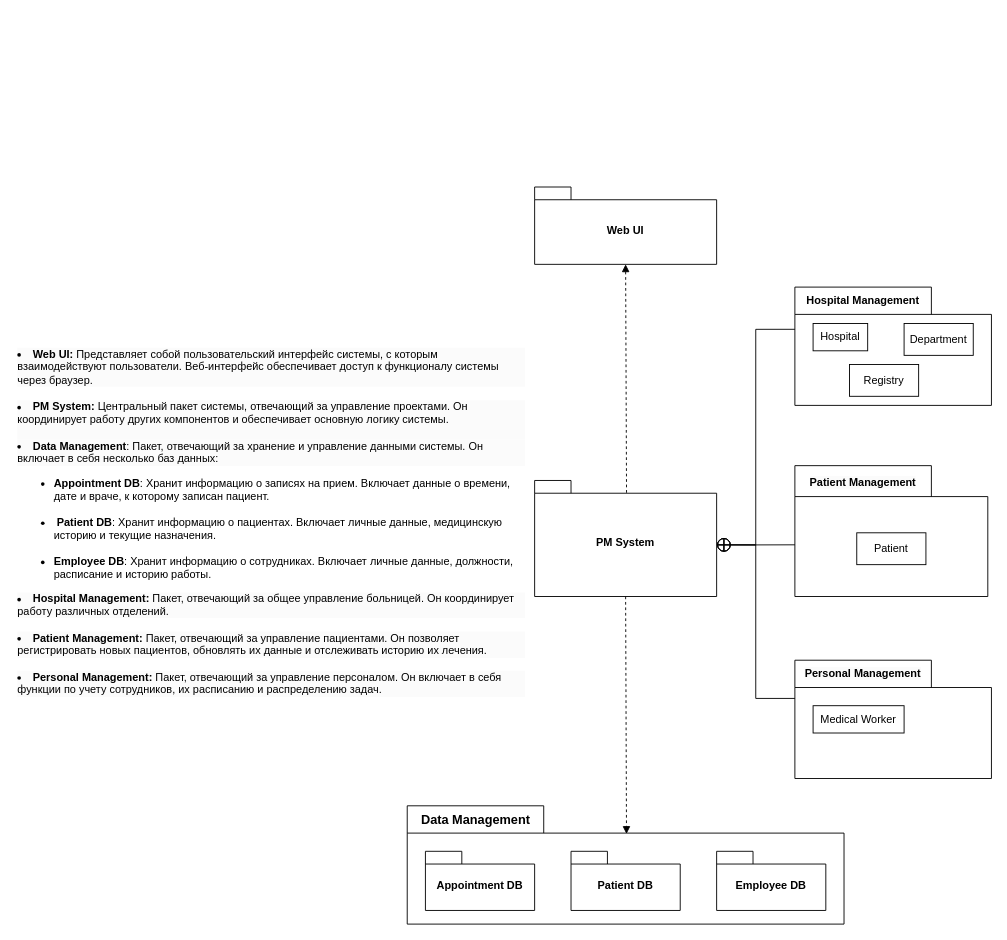
Above: page "PD" (1 of 3) of lab4/.drawio/Lab4.drawio in nedeadinside/oaoaoaoaoaoaoaoa (draw.io), before the change. Source tidied: cells renumbered, new cells numbered last; positions are measured from the earlier drawing's top-left corner, leaving out a move shared by most shapes. Both pictures are drawn from the tidied source at 91%, with x=0, y=0 at pixel (15, 187).
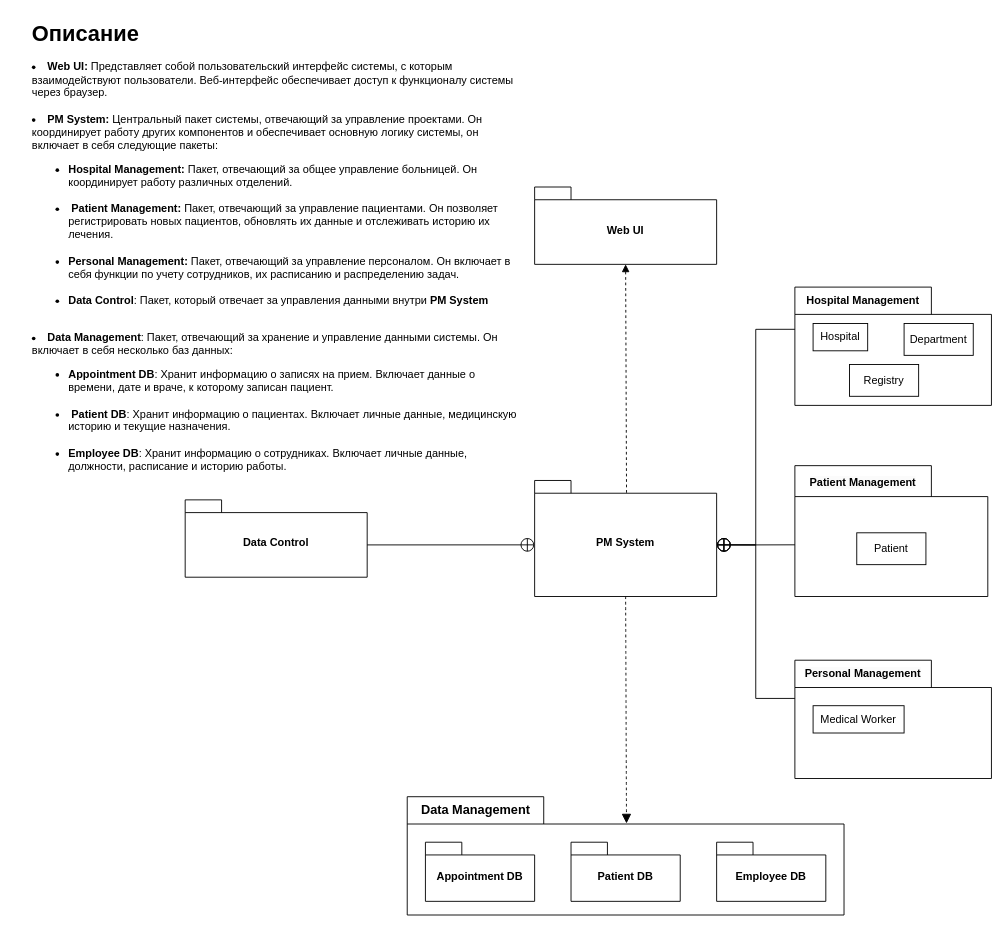
After the change.

The change refers to these unchanged cells:
```xml
<mxCell id="2" value="PM System" style="shape=folder;fontStyle=1;spacingTop=10;tabWidth=40;tabHeight=14;tabPosition=left;html=1;whiteSpace=wrap;" parent="1" vertex="1">
  <mxGeometry x="570" y="322.5" width="200" height="127.5" as="geometry" />
</mxCell>
```

The edit, as a diff of the source:
```diff
@@
     <mxCell id="3" style="shape=folder;fontStyle=1;spacingTop=10;tabWidth=150;tabHeight=30;tabPosition=left;html=1;whiteSpace=wrap;" parent="1" vertex="1">
-      <mxGeometry x="430" y="680" width="480" height="130" as="geometry" />
+      <mxGeometry x="430" y="670" width="480" height="130" as="geometry" />
     </mxCell>
     <mxCell id="4" value="&lt;font style=&quot;font-size: 14px;&quot;&gt;Data Management&lt;/font&gt;" style="text;align=center;fontStyle=1;verticalAlign=middle;spacingLeft=3;spacingRight=3;strokeColor=none;html=1;" parent="1" vertex="1">
-      <mxGeometry x="430" y="680" width="150" height="30" as="geometry" />
+      <mxGeometry x="430" y="670" width="150" height="30" as="geometry" />
     </mxCell>
     <mxCell id="5" value="Patient DB" style="shape=folder;fontStyle=1;spacingTop=10;tabWidth=40;tabHeight=14;tabPosition=left;html=1;whiteSpace=wrap;" parent="1" vertex="1">
-      <mxGeometry x="610" y="730" width="120" height="65" as="geometry" />
+      <mxGeometry x="610" y="720" width="120" height="65" as="geometry" />
     </mxCell>
     <mxCell id="6" value="Appointment DB" style="shape=folder;fontStyle=1;spacingTop=10;tabWidth=40;tabHeight=14;tabPosition=left;html=1;whiteSpace=wrap;" parent="1" vertex="1">
-      <mxGeometry x="450" y="730" width="120" height="65" as="geometry" />
+      <mxGeometry x="450" y="720" width="120" height="65" as="geometry" />
     </mxCell>
     <mxCell id="7" value="Employee DB" style="shape=folder;fontStyle=1;spacingTop=10;tabWidth=40;tabHeight=14;tabPosition=left;html=1;whiteSpace=wrap;" parent="1" vertex="1">
-      <mxGeometry x="770" y="730" width="120" height="65" as="geometry" />
+      <mxGeometry x="770" y="720" width="120" height="65" as="geometry" />
     </mxCell>
@@
-    <mxCell id="16" value="&lt;li style=&quot;forced-color-adjust: none; color: rgb(0, 0, 0); font-family: Helvetica; font-size: 12px; font-style: normal; font-variant-ligatures: normal; font-variant-caps: normal; font-weight: 400; letter-spacing: normal; orphans: 2; text-indent: 0px; text-transform: none; widows: 2; word-spacing: 0px; -webkit-text-stroke-width: 0px; white-space: normal; background-color: rgb(251, 251, 251); text-decoration-thickness: initial; text-decoration-style: initial; text-decoration-color: initial;&quot;&gt;&lt;strong style=&quot;forced-color-adjust: none;&quot;&gt;Web UI:&lt;/strong&gt;&lt;span&gt;&amp;nbsp;&lt;/span&gt;Представляет собой пользовательский интерфейс системы, с которым взаимодействуют пользователи. Веб-интерфейс обеспечивает доступ к функционалу системы через браузер.&lt;/li&gt;&lt;br style=&quot;forced-color-adjust: none; color: rgb(0, 0, 0); font-family: Helvetica; font-size: 12px; font-style: normal; font-variant-ligatures: normal; font-variant-caps: normal; font-weight: 400; letter-spacing: normal; orphans: 2; text-align: left; text-indent: 0px; text-transform: none; widows: 2; word-spacing: 0px; -webkit-text-stroke-width: 0px; white-space: normal; background-color: rgb(251, 251, 251); text-decoration-thickness: initial; text-decoration-style: initial; text-decoration-color: initial;&quot;&gt;&lt;li style=&quot;forced-color-adjust: none; color: rgb(0, 0, 0); font-family: Helvetica; font-size: 12px; font-style: normal; font-variant-ligatures: normal; font-variant-caps: normal; font-weight: 400; letter-spacing: normal; orphans: 2; text-indent: 0px; text-transform: none; widows: 2; word-spacing: 0px; -webkit-text-stroke-width: 0px; white-space: normal; background-color: rgb(251, 251, 251); text-decoration-thickness: initial; text-decoration-style: initial; text-decoration-color: initial;&quot;&gt;&lt;strong style=&quot;forced-color-adjust: none;&quot;&gt;PM System:&lt;/strong&gt;&lt;span&gt;&amp;nbsp;&lt;/span&gt;Центральный пакет системы, отвечающий за управление проектами. Он координирует работу других компонентов и обеспечивает основную логику системы.&lt;br&gt;&lt;br&gt;&lt;/li&gt;&lt;li style=&quot;forced-color-adjust: none; color: rgb(0, 0, 0); font-family: Helvetica; font-size: 12px; font-style: normal; font-variant-ligatures: normal; font-variant-caps: normal; letter-spacing: normal; orphans: 2; text-indent: 0px; text-transform: none; widows: 2; word-spacing: 0px; -webkit-text-stroke-width: 0px; white-space: normal; background-color: rgb(251, 251, 251); text-decoration-thickness: initial; text-decoration-style: initial; text-decoration-color: initial;&quot;&gt;&lt;b&gt;Data Management&lt;/b&gt;&lt;span style=&quot;font-weight: 400;&quot;&gt;:&amp;nbsp;Пакет, отвечающий за хранение и управление данными системы. Он включает в себя несколько баз данных:&lt;/span&gt;&lt;/li&gt;&lt;ul&gt;&lt;li&gt;&lt;b&gt;Appointment DB&lt;/b&gt;: Хранит информацию о записях на прием. Включает данные о времени, дате и враче, к которому записан пациент.&lt;br&gt;&lt;br&gt;&lt;/li&gt;&lt;li&gt;&amp;nbsp;&lt;b&gt;Patient DB&lt;/b&gt;: Хранит информацию о пациентах. Включает личные данные, медицинскую историю и текущие назначения.&lt;br&gt;&lt;br&gt;&lt;/li&gt;&lt;li&gt;&lt;b&gt;Employee DB&lt;/b&gt;: Хранит информацию о сотрудниках. Включает личные данные, должности, расписание и историю работы.&lt;/li&gt;&lt;/ul&gt;&lt;li style=&quot;forced-color-adjust: none; color: rgb(0, 0, 0); font-family: Helvetica; font-size: 12px; font-style: normal; font-variant-ligatures: normal; font-variant-caps: normal; font-weight: 400; letter-spacing: normal; orphans: 2; text-indent: 0px; text-transform: none; widows: 2; word-spacing: 0px; -webkit-text-stroke-width: 0px; white-space: normal; background-color: rgb(251, 251, 251); text-decoration-thickness: initial; text-decoration-style: initial; text-decoration-color: initial;&quot;&gt;&lt;strong style=&quot;forced-color-adjust: none;&quot;&gt;&lt;span style=&quot;text-align: center;&quot;&gt;Hospital Management&lt;/span&gt;:&lt;/strong&gt;&lt;span&gt;&amp;nbsp;&lt;/span&gt;Пакет, отвечающий за общее управление больницей. Он координирует работу различных отделений.&lt;/li&gt;&lt;br style=&quot;forced-color-adjust: none; color: rgb(0, 0, 0); font-family: Helvetica; font-size: 12px; font-style: normal; font-variant-ligatures: normal; font-variant-caps: normal; font-weight: 400; letter-spacing: normal; orphans: 2; text-align: left; text-indent: 0px; text-transform: none; widows: 2; word-spacing: 0px; -webkit-text-stroke-width: 0px; white-space: normal; background-color: rgb(251, 251, 251); text-decoration-thickness: initial; text-decoration-style: initial; text-decoration-color: initial;&quot;&gt;&lt;li style=&quot;forced-color-adjust: none; color: rgb(0, 0, 0); font-family: Helvetica; font-size: 12px; font-style: normal; font-variant-ligatures: normal; font-variant-caps: normal; font-weight: 400; letter-spacing: normal; orphans: 2; text-indent: 0px; text-transform: none; widows: 2; word-spacing: 0px; -webkit-text-stroke-width: 0px; white-space: normal; background-color: rgb(251, 251, 251); text-decoration-thickness: initial; text-decoration-style: initial; text-decoration-color: initial;&quot;&gt;&lt;strong style=&quot;forced-color-adjust: none;&quot;&gt;&lt;span style=&quot;text-align: center;&quot;&gt;Patient Management&lt;/span&gt;:&lt;/strong&gt;&amp;nbsp;Пакет, отвечающий за управление пациентами. Он позволяет регистрировать новых пациентов, обновлять их данные и отслеживать историю их лечения.&lt;/li&gt;&lt;br style=&quot;forced-color-adjust: none; color: rgb(0, 0, 0); font-family: Helvetica; font-size: 12px; font-style: normal; font-variant-ligatures: normal; font-variant-caps: normal; font-weight: 400; letter-spacing: normal; orphans: 2; text-align: left; text-indent: 0px; text-transform: none; widows: 2; word-spacing: 0px; -webkit-text-stroke-width: 0px; white-space: normal; background-color: rgb(251, 251, 251); text-decoration-thickness: initial; text-decoration-style: initial; text-decoration-color: initial;&quot;&gt;&lt;li style=&quot;forced-color-adjust: none; color: rgb(0, 0, 0); font-family: Helvetica; font-size: 12px; font-style: normal; font-variant-ligatures: normal; font-variant-caps: normal; font-weight: 400; letter-spacing: normal; orphans: 2; text-indent: 0px; text-transform: none; widows: 2; word-spacing: 0px; -webkit-text-stroke-width: 0px; white-space: normal; background-color: rgb(251, 251, 251); text-decoration-thickness: initial; text-decoration-style: initial; text-decoration-color: initial;&quot;&gt;&lt;strong style=&quot;forced-color-adjust: none;&quot;&gt;&lt;span style=&quot;text-align: center;&quot;&gt;Personal Management&lt;/span&gt;:&lt;/strong&gt;&amp;nbsp;Пакет, отвечающий за управление персоналом. Он включает в себя функции по учету сотрудников, их расписанию и распределению задач.&lt;/li&gt;" style="text;whiteSpace=wrap;html=1;" parent="1" vertex="1">
-      <mxGeometry y="170" width="560" height="400" as="geometry" />
+    <mxCell id="16" value="&lt;b&gt;&lt;font style=&quot;font-size: 24px;&quot;&gt;Описание&lt;/font&gt;&lt;/b&gt;&lt;div&gt;&lt;b&gt;&lt;br&gt;&lt;/b&gt;&lt;/div&gt;&lt;div&gt;&lt;li&gt;&lt;strong&gt;Web UI:&lt;/strong&gt;&amp;nbsp;Представляет собой пользовательский интерфейс системы, с которым взаимодействуют пользователи. Веб-интерфейс обеспечивает доступ к функционалу системы через браузер.&lt;br&gt;&lt;br&gt;&lt;/li&gt;&lt;li&gt;&lt;strong style=&quot;background-color: initial;&quot;&gt;PM System:&lt;/strong&gt;&lt;span style=&quot;background-color: initial;&quot;&gt;&amp;nbsp;&lt;/span&gt;&lt;span style=&quot;background-color: initial;&quot;&gt;Центральный пакет системы, отвечающий за управление проектами. Он координирует работу других компонентов и обеспечивает основную логику системы, он включает в себя следующие пакеты:&lt;/span&gt;&lt;/li&gt;&lt;ul&gt;&lt;li&gt;&lt;strong&gt;&lt;span style=&quot;text-align: center;&quot;&gt;Hospital Management&lt;/span&gt;:&lt;/strong&gt;&amp;nbsp;Пакет, отвечающий за общее управление больницей. Он координирует работу различных отделений.&lt;br&gt;&lt;br&gt;&lt;/li&gt;&lt;li&gt;&amp;nbsp;&lt;strong&gt;&lt;span style=&quot;text-align: center;&quot;&gt;Patient Management&lt;/span&gt;:&lt;/strong&gt;&amp;nbsp;Пакет, отвечающий за управление пациентами. Он позволяет регистрировать новых пациентов, обновлять их данные и отслеживать историю их лечения.&lt;br&gt;&lt;br&gt;&lt;/li&gt;&lt;li&gt;&lt;strong&gt;&lt;span style=&quot;text-align: center;&quot;&gt;Personal Management&lt;/span&gt;:&lt;/strong&gt;&amp;nbsp;Пакет, отвечающий за управление персоналом. Он включает в себя функции по учету сотрудников, их расписанию и распределению задач.&lt;br&gt;&lt;br&gt;&lt;/li&gt;&lt;li&gt;&lt;b&gt;Data Control&lt;/b&gt;: Пакет, который отвечает за управления данными внутри&amp;nbsp;&lt;b&gt;PM System&lt;/b&gt;&lt;/li&gt;&lt;/ul&gt;&lt;span style=&quot;background-color: initial;&quot;&gt;&lt;br&gt;&lt;/span&gt;&lt;li&gt;&lt;b&gt;Data Management&lt;/b&gt;:&amp;nbsp;Пакет, отвечающий за хранение и управление данными системы. Он включает в себя несколько баз данных:&lt;/li&gt;&lt;ul&gt;&lt;li&gt;&lt;b&gt;Appointment DB&lt;/b&gt;: Хранит информацию о записях на прием. Включает данные о времени, дате и враче, к которому записан пациент.&lt;br&gt;&lt;br&gt;&lt;/li&gt;&lt;li&gt;&amp;nbsp;&lt;b&gt;Patient DB&lt;/b&gt;: Хранит информацию о пациентах. Включает личные данные, медицинскую историю и текущие назначения.&lt;br&gt;&lt;br&gt;&lt;/li&gt;&lt;li&gt;&lt;b&gt;Employee DB&lt;/b&gt;: Хранит информацию о сотрудниках. Включает личные данные, должности, расписание и историю работы.&lt;/li&gt;&lt;/ul&gt;&lt;/div&gt;" style="text;whiteSpace=wrap;html=1;" parent="1" vertex="1">
+      <mxGeometry x="16" y="-188.8" width="540" height="508.8" as="geometry" />
     </mxCell>
-    <mxCell id="17" style="html=1;verticalAlign=bottom;labelBackgroundColor=none;endArrow=block;endFill=1;dashed=1;rounded=0;exitX=0.5;exitY=1;exitDx=0;exitDy=0;exitPerimeter=0;entryX=0.502;entryY=0.238;entryDx=0;entryDy=0;entryPerimeter=0;" parent="1" edge="1" source="2" target="3">
-      <mxGeometry relative="1" as="geometry" />
-    </mxCell>
@@
+    <mxCell id="26" value="Data Control" style="shape=folder;fontStyle=1;spacingTop=10;tabWidth=40;tabHeight=14;tabPosition=left;html=1;whiteSpace=wrap;" parent="1" vertex="1">
+      <mxGeometry x="186" y="343.8" width="200" height="85" as="geometry" />
+    </mxCell>
+    <mxCell id="27" style="endArrow=none;startArrow=circlePlus;endFill=0;startFill=0;endSize=8;html=1;rounded=0;exitX=0;exitY=0;exitDx=0;exitDy=70.75;exitPerimeter=0;edgeStyle=orthogonalEdgeStyle;entryX=0;entryY=0;entryDx=200;entryDy=49.5;entryPerimeter=0;" parent="1" edge="1" source="2" target="26">
+      <mxGeometry relative="1" as="geometry" />
+    </mxCell>
+    <mxCell id="17" style="edgeStyle=none;curved=1;rounded=0;jettySize=auto;html=1;exitX=0.5;exitY=1;exitDx=0;exitDy=0;exitPerimeter=0;entryX=0.502;entryY=0.226;entryDx=0;entryDy=0;entryPerimeter=0;fontSize=12;startSize=8;endSize=8;endArrow=block;endFill=1;dashed=1;" parent="1" edge="1" source="2" target="3">
+      <mxGeometry relative="1" as="geometry" />
+    </mxCell>
```
